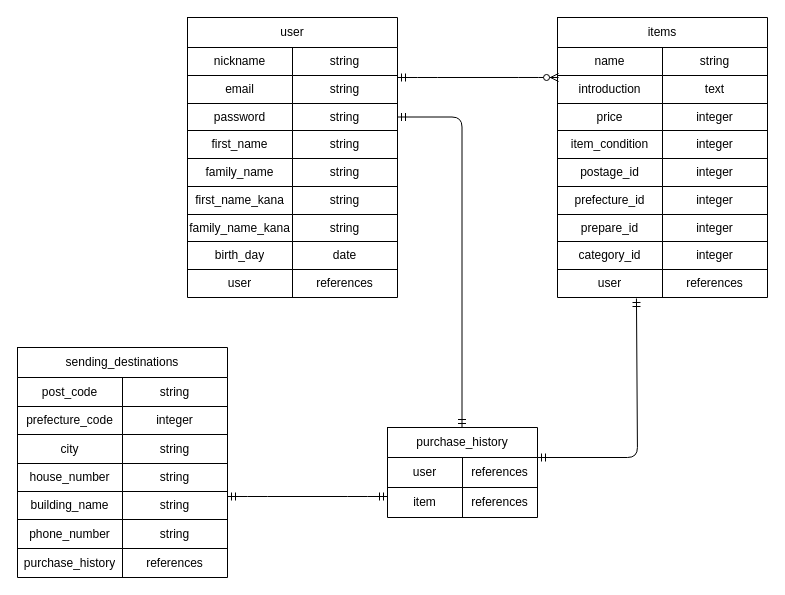
Before: page "ページ1" (1 of 2) of furima.dio in murohi-siyabako/furima-32110, a draw.io diagram. Source tidied: cells renumbered, new cells numbered last; positions are measured from the earlier drawing's top-left corner, leaving out a move shared by most shapes. Both pictures are drawn from the tidied source at 100%, with x=0, y=0 at pixel (17, 17).
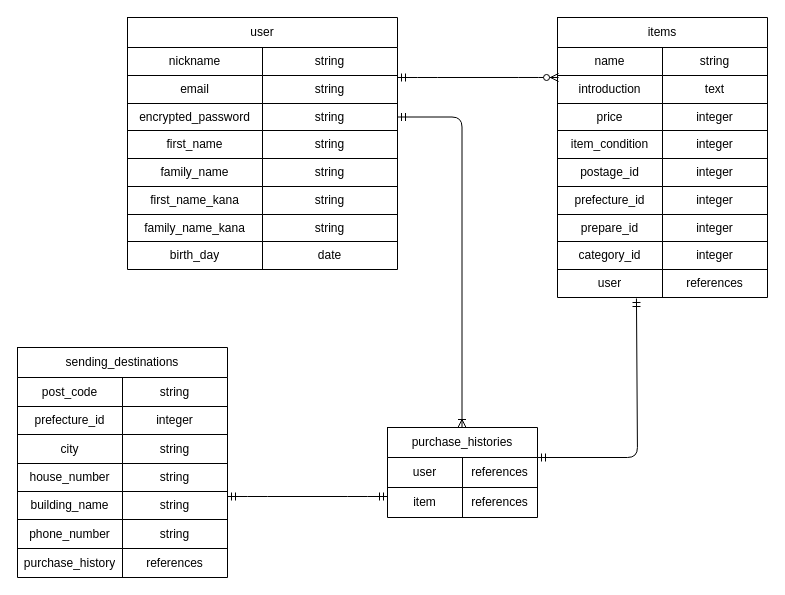
The same diagram, later.

The change refers to these unchanged cells:
```xml
<mxCell id="47" style="shape=partialRectangle;html=1;whiteSpace=wrap;fillColor=none;top=0;left=0;bottom=0;right=0;" parent="43" vertex="1">
  <mxGeometry y="29" width="210" height="28" as="geometry" />
</mxCell>
<mxCell id="67" style="shape=partialRectangle;html=1;whiteSpace=wrap;fillColor=none;top=0;left=0;bottom=0;right=0;" parent="66" vertex="1">
  <mxGeometry width="150" height="30" as="geometry" />
</mxCell>
```

What changed in the source:
```diff
@@
     <mxCell id="12" style="shape=table;html=1;whiteSpace=wrap;startSize=0;childLayout=tableLayout;" parent="1" vertex="1">
-      <mxGeometry x="170" width="210" height="30" as="geometry" />
+      <mxGeometry x="110" width="270" height="30" as="geometry" />
     </mxCell>
     <mxCell id="13" style="shape=partialRectangle;html=1;whiteSpace=wrap;fillColor=none;top=0;left=0;bottom=0;right=0;" parent="12" vertex="1">
-      <mxGeometry width="210" height="30" as="geometry" />
+      <mxGeometry width="270" height="30" as="geometry" />
     </mxCell>
     <mxCell id="14" value="user" style="shape=partialRectangle;html=1;whiteSpace=wrap;overflow=hidden;fillColor=none;top=0;left=0;bottom=0;right=0;" parent="13" vertex="1">
-      <mxGeometry width="210" height="30" as="geometry" />
+      <mxGeometry width="270" height="30" as="geometry" />
     </mxCell>
     <mxCell id="15" style="shape=table;html=1;whiteSpace=wrap;startSize=0;childLayout=tableLayout;" parent="1" vertex="1">
-      <mxGeometry x="170" y="30" width="210" height="250" as="geometry" />
+      <mxGeometry x="110" y="30" width="270" height="222" as="geometry" />
     </mxCell>
     <mxCell id="16" style="shape=partialRectangle;html=1;whiteSpace=wrap;fillColor=none;top=0;left=0;bottom=0;right=0;" parent="15" vertex="1">
-      <mxGeometry width="210" height="28" as="geometry" />
+      <mxGeometry width="270" height="28" as="geometry" />
     </mxCell>
     <mxCell id="17" value="nickname" style="shape=partialRectangle;html=1;whiteSpace=wrap;overflow=hidden;fillColor=none;top=0;left=0;bottom=0;right=0;" parent="16" vertex="1">
-      <mxGeometry width="105" height="28" as="geometry" />
+      <mxGeometry width="135" height="28" as="geometry" />
     </mxCell>
     <mxCell id="18" value="string" style="shape=partialRectangle;html=1;whiteSpace=wrap;overflow=hidden;fillColor=none;top=0;left=0;bottom=0;right=0;" parent="16" vertex="1">
-      <mxGeometry x="105" width="105" height="28" as="geometry" />
+      <mxGeometry x="135" width="135" height="28" as="geometry" />
     </mxCell>
     <mxCell id="19" style="shape=partialRectangle;html=1;whiteSpace=wrap;fillColor=none;top=0;left=0;bottom=0;right=0;" parent="15" vertex="1">
-      <mxGeometry y="28" width="210" height="28" as="geometry" />
+      <mxGeometry y="28" width="270" height="28" as="geometry" />
     </mxCell>
     <mxCell id="20" value="email" style="shape=partialRectangle;html=1;whiteSpace=wrap;overflow=hidden;fillColor=none;top=0;left=0;bottom=0;right=0;" parent="19" vertex="1">
-      <mxGeometry width="105" height="28" as="geometry" />
+      <mxGeometry width="135" height="28" as="geometry" />
     </mxCell>
     <mxCell id="21" value="string" style="shape=partialRectangle;html=1;whiteSpace=wrap;overflow=hidden;fillColor=none;top=0;left=0;bottom=0;right=0;" parent="19" vertex="1">
-      <mxGeometry x="105" width="105" height="28" as="geometry" />
+      <mxGeometry x="135" width="135" height="28" as="geometry" />
     </mxCell>
     <mxCell id="22" style="shape=partialRectangle;html=1;whiteSpace=wrap;fillColor=none;top=0;left=0;bottom=0;right=0;points=[[0,0.5],[1,0.5]];portConstraint=eastwest;" parent="15" vertex="1">
-      <mxGeometry y="56" width="210" height="27" as="geometry" />
+      <mxGeometry y="56" width="270" height="27" as="geometry" />
     </mxCell>
-    <mxCell id="23" value="password" style="shape=partialRectangle;html=1;whiteSpace=wrap;overflow=hidden;fillColor=none;top=0;left=0;bottom=0;right=0;" parent="22" vertex="1">
-      <mxGeometry width="105" height="27" as="geometry" />
+    <mxCell id="23" value="encrypted_password" style="shape=partialRectangle;html=1;whiteSpace=wrap;overflow=hidden;fillColor=none;top=0;left=0;bottom=0;right=0;" parent="22" vertex="1">
+      <mxGeometry width="135" height="27" as="geometry" />
     </mxCell>
     <mxCell id="24" value="string" style="shape=partialRectangle;html=1;whiteSpace=wrap;overflow=hidden;fillColor=none;top=0;left=0;bottom=0;right=0;" parent="22" vertex="1">
-      <mxGeometry x="105" width="105" height="27" as="geometry" />
+      <mxGeometry x="135" width="135" height="27" as="geometry" />
     </mxCell>
     <mxCell id="25" style="shape=partialRectangle;html=1;whiteSpace=wrap;fillColor=none;top=0;left=0;bottom=0;right=0;" parent="15" vertex="1">
-      <mxGeometry y="83" width="210" height="28" as="geometry" />
+      <mxGeometry y="83" width="270" height="28" as="geometry" />
     </mxCell>
     <mxCell id="26" value="first_name" style="shape=partialRectangle;html=1;whiteSpace=wrap;overflow=hidden;fillColor=none;top=0;left=0;bottom=0;right=0;" parent="25" vertex="1">
-      <mxGeometry width="105" height="28" as="geometry" />
+      <mxGeometry width="135" height="28" as="geometry" />
     </mxCell>
     <mxCell id="27" value="string" style="shape=partialRectangle;html=1;whiteSpace=wrap;overflow=hidden;fillColor=none;top=0;left=0;bottom=0;right=0;" parent="25" vertex="1">
-      <mxGeometry x="105" width="105" height="28" as="geometry" />
+      <mxGeometry x="135" width="135" height="28" as="geometry" />
     </mxCell>
     <mxCell id="28" style="shape=partialRectangle;html=1;whiteSpace=wrap;fillColor=none;top=0;left=0;bottom=0;right=0;" parent="15" vertex="1">
-      <mxGeometry y="111" width="210" height="28" as="geometry" />
+      <mxGeometry y="111" width="270" height="28" as="geometry" />
     </mxCell>
     <mxCell id="29" value="family_name" style="shape=partialRectangle;html=1;whiteSpace=wrap;overflow=hidden;fillColor=none;top=0;left=0;bottom=0;right=0;" parent="28" vertex="1">
-      <mxGeometry width="105" height="28" as="geometry" />
+      <mxGeometry width="135" height="28" as="geometry" />
     </mxCell>
     <mxCell id="30" value="string" style="shape=partialRectangle;html=1;whiteSpace=wrap;overflow=hidden;fillColor=none;top=0;left=0;bottom=0;right=0;" parent="28" vertex="1">
-      <mxGeometry x="105" width="105" height="28" as="geometry" />
+      <mxGeometry x="135" width="135" height="28" as="geometry" />
     </mxCell>
     <mxCell id="31" style="shape=partialRectangle;html=1;whiteSpace=wrap;fillColor=none;top=0;left=0;bottom=0;right=0;" parent="15" vertex="1">
-      <mxGeometry y="139" width="210" height="28" as="geometry" />
+      <mxGeometry y="139" width="270" height="28" as="geometry" />
     </mxCell>
     <mxCell id="32" value="first_name_kana" style="shape=partialRectangle;html=1;whiteSpace=wrap;overflow=hidden;fillColor=none;top=0;left=0;bottom=0;right=0;" parent="31" vertex="1">
-      <mxGeometry width="105" height="28" as="geometry" />
+      <mxGeometry width="135" height="28" as="geometry" />
     </mxCell>
     <mxCell id="33" value="string" style="shape=partialRectangle;html=1;whiteSpace=wrap;overflow=hidden;fillColor=none;top=0;left=0;bottom=0;right=0;" parent="31" vertex="1">
-      <mxGeometry x="105" width="105" height="28" as="geometry" />
+      <mxGeometry x="135" width="135" height="28" as="geometry" />
     </mxCell>
     <mxCell id="34" style="shape=partialRectangle;html=1;whiteSpace=wrap;fillColor=none;top=0;left=0;bottom=0;right=0;" parent="15" vertex="1">
-      <mxGeometry y="167" width="210" height="27" as="geometry" />
+      <mxGeometry y="167" width="270" height="27" as="geometry" />
     </mxCell>
     <mxCell id="35" value="family_name_kana" style="shape=partialRectangle;html=1;whiteSpace=wrap;overflow=hidden;fillColor=none;top=0;left=0;bottom=0;right=0;" parent="34" vertex="1">
-      <mxGeometry width="105" height="27" as="geometry" />
+      <mxGeometry width="135" height="27" as="geometry" />
     </mxCell>
     <mxCell id="36" value="string" style="shape=partialRectangle;html=1;whiteSpace=wrap;overflow=hidden;fillColor=none;top=0;left=0;bottom=0;right=0;" parent="34" vertex="1">
-      <mxGeometry x="105" width="105" height="27" as="geometry" />
+      <mxGeometry x="135" width="135" height="27" as="geometry" />
     </mxCell>
     <mxCell id="37" style="shape=partialRectangle;html=1;whiteSpace=wrap;fillColor=none;top=0;left=0;bottom=0;right=0;" parent="15" vertex="1">
-      <mxGeometry y="194" width="210" height="28" as="geometry" />
+      <mxGeometry y="194" width="270" height="28" as="geometry" />
     </mxCell>
     <mxCell id="38" value="birth_day" style="shape=partialRectangle;html=1;whiteSpace=wrap;overflow=hidden;fillColor=none;top=0;left=0;bottom=0;right=0;" parent="37" vertex="1">
-      <mxGeometry width="105" height="28" as="geometry" />
+      <mxGeometry width="135" height="28" as="geometry" />
     </mxCell>
     <mxCell id="39" value="date" style="shape=partialRectangle;html=1;whiteSpace=wrap;overflow=hidden;fillColor=none;top=0;left=0;bottom=0;right=0;" parent="37" vertex="1">
-      <mxGeometry x="105" width="105" height="28" as="geometry" />
+      <mxGeometry x="135" width="135" height="28" as="geometry" />
     </mxCell>
-    <mxCell id="40" style="shape=partialRectangle;html=1;whiteSpace=wrap;fillColor=none;top=0;left=0;bottom=0;right=0;" parent="15" vertex="1">
-      <mxGeometry y="222" width="210" height="28" as="geometry" />
-    </mxCell>
-    <mxCell id="41" value="user" style="shape=partialRectangle;html=1;whiteSpace=wrap;overflow=hidden;fillColor=none;top=0;left=0;bottom=0;right=0;" parent="40" vertex="1">
-      <mxGeometry width="105" height="28" as="geometry" />
-    </mxCell>
-    <mxCell id="42" value="references" style="shape=partialRectangle;html=1;whiteSpace=wrap;overflow=hidden;fillColor=none;top=0;left=0;bottom=0;right=0;" parent="40" vertex="1">
-      <mxGeometry x="105" width="105" height="28" as="geometry" />
-    </mxCell>
@@
-    <mxCell id="48" value="prefecture_code" style="shape=partialRectangle;html=1;whiteSpace=wrap;overflow=hidden;fillColor=none;top=0;left=0;bottom=0;right=0;" parent="47" vertex="1">
+    <mxCell id="48" value="prefecture_id" style="shape=partialRectangle;html=1;whiteSpace=wrap;overflow=hidden;fillColor=none;top=0;left=0;bottom=0;right=0;" parent="47" vertex="1">
       <mxGeometry width="105" height="28" as="geometry" />
     </mxCell>
@@
-    <mxCell id="68" value="purchase_history" style="shape=partialRectangle;html=1;whiteSpace=wrap;overflow=hidden;fillColor=none;top=0;left=0;bottom=0;right=0;" parent="67" vertex="1">
+    <mxCell id="68" value="purchase_histories" style="shape=partialRectangle;html=1;whiteSpace=wrap;overflow=hidden;fillColor=none;top=0;left=0;bottom=0;right=0;" parent="67" vertex="1">
       <mxGeometry width="150" height="30" as="geometry" />
     </mxCell>
@@
-    <mxCell id="102" style="edgeStyle=orthogonalEdgeStyle;fontSize=12;html=1;endArrow=ERmandOne;startArrow=ERmandOne;entryX=1;entryY=0.5;entryDx=0;entryDy=0;" parent="1" edge="1" target="22">
+    <mxCell id="102" style="edgeStyle=orthogonalEdgeStyle;fontSize=12;html=1;endArrow=ERmandOne;startArrow=ERoneToMany;entryX=1;entryY=0.5;entryDx=0;entryDy=0;startFill=0;" parent="1" edge="1" target="22">
       <mxGeometry relative="1" as="geometry">
         <mxPoint x="444.5" y="410" as="sourcePoint" />
         <Array as="points">
           <mxPoint x="445" y="100" />
         </Array>
       </mxGeometry>
     </mxCell>
```
